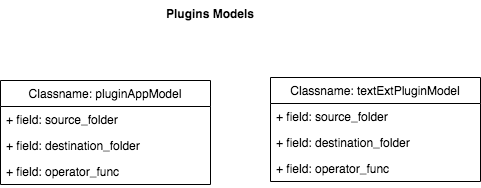
This is docs/images/PluginModels.png from 3060458966/vitaFlow, a draw.io export, as it was before one commit. Source tidied: cells renumbered, new cells last; positions are measured from the earlier drawing's top-left corner, leaving out a move shared by most shapes.
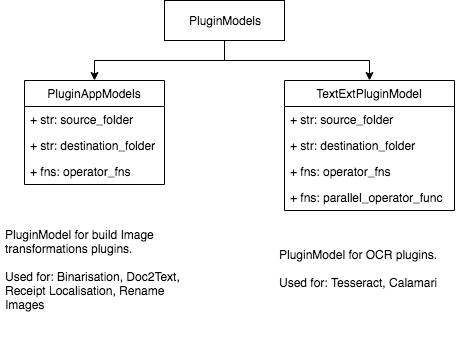
After the commit.

What changed in the source:
```diff
@@ -2,32 +2,47 @@
   <root>
     <mxCell id="0" />
     <mxCell id="1" parent="0" />
-    <mxCell id="2" value="Classname: pluginAppModel" style="swimlane;fontStyle=0;horizontal=1;startSize=26;fillColor=none;" parent="1" vertex="1">
-      <mxGeometry y="80" width="210" height="104" as="geometry" />
-    </mxCell>
-    <mxCell id="3" value="+ field: source_folder" style="text;strokeColor=none;fillColor=none;align=left;verticalAlign=top;spacingLeft=4;spacingRight=4;overflow=hidden;" parent="2" vertex="1">
-      <mxGeometry y="26" width="210" height="26" as="geometry" />
-    </mxCell>
-    <mxCell id="4" value="+ field: destination_folder" style="text;strokeColor=none;fillColor=none;align=left;verticalAlign=top;spacingLeft=4;spacingRight=4;overflow=hidden;" parent="2" vertex="1">
-      <mxGeometry y="52" width="210" height="26" as="geometry" />
-    </mxCell>
-    <mxCell id="5" value="+ field: operator_func" style="text;strokeColor=none;fillColor=none;align=left;verticalAlign=top;spacingLeft=4;spacingRight=4;overflow=hidden;" parent="2" vertex="1">
-      <mxGeometry y="78" width="210" height="26" as="geometry" />
-    </mxCell>
-    <mxCell id="6" value="Classname: textExtPluginModel" style="swimlane;fontStyle=0;horizontal=1;startSize=26;fillColor=none;" parent="1" vertex="1">
-      <mxGeometry x="270" y="77" width="210" height="104" as="geometry" />
-    </mxCell>
-    <mxCell id="7" value="+ field: source_folder" style="text;strokeColor=none;fillColor=none;align=left;verticalAlign=top;spacingLeft=4;spacingRight=4;overflow=hidden;" parent="6" vertex="1">
-      <mxGeometry y="26" width="210" height="26" as="geometry" />
-    </mxCell>
-    <mxCell id="8" value="+ field: destination_folder" style="text;strokeColor=none;fillColor=none;align=left;verticalAlign=top;spacingLeft=4;spacingRight=4;overflow=hidden;" parent="6" vertex="1">
-      <mxGeometry y="52" width="210" height="26" as="geometry" />
-    </mxCell>
-    <mxCell id="9" value="+ field: operator_func" style="text;strokeColor=none;fillColor=none;align=left;verticalAlign=top;spacingLeft=4;spacingRight=4;overflow=hidden;" parent="6" vertex="1">
-      <mxGeometry y="78" width="210" height="26" as="geometry" />
-    </mxCell>
-    <mxCell id="10" value="Plugins Models" style="text;strokeColor=none;fillColor=none;align=left;verticalAlign=top;spacingLeft=4;spacingRight=4;overflow=hidden;fontStyle=1;" parent="1" vertex="1">
-      <mxGeometry x="160" width="100" height="26" as="geometry" />
-    </mxCell>
+    <mxCell id="11" value="PluginAppModels" style="swimlane;fontStyle=0;horizontal=1;startSize=26;fillColor=none;" parent="1" vertex="1">
+      <mxGeometry x="160" y="80" width="140" height="104" as="geometry" />
+    </mxCell>
+    <mxCell id="12" value="+ str: source_folder" style="text;strokeColor=none;fillColor=none;align=left;verticalAlign=top;spacingLeft=4;spacingRight=4;overflow=hidden;" parent="11" vertex="1">
+      <mxGeometry y="26" width="140" height="26" as="geometry" />
+    </mxCell>
+    <mxCell id="13" value="+ str: destination_folder" style="text;strokeColor=none;fillColor=none;align=left;verticalAlign=top;spacingLeft=4;spacingRight=4;overflow=hidden;" parent="11" vertex="1">
+      <mxGeometry y="52" width="140" height="26" as="geometry" />
+    </mxCell>
+    <mxCell id="14" value="+ fns: operator_fns" style="text;strokeColor=none;fillColor=none;align=left;verticalAlign=top;spacingLeft=4;spacingRight=4;overflow=hidden;" parent="11" vertex="1">
+      <mxGeometry y="78" width="140" height="26" as="geometry" />
+    </mxCell>
+    <mxCell id="15" value="TextExtPluginModel" style="swimlane;fontStyle=0;horizontal=1;startSize=26;fillColor=none;" parent="1" vertex="1">
+      <mxGeometry x="420" y="80" width="170" height="130" as="geometry" />
+    </mxCell>
+    <mxCell id="16" value="+ str: source_folder" style="text;strokeColor=none;fillColor=none;align=left;verticalAlign=top;spacingLeft=4;spacingRight=4;overflow=hidden;" parent="15" vertex="1">
+      <mxGeometry y="26" width="170" height="26" as="geometry" />
+    </mxCell>
+    <mxCell id="17" value="+ str: destination_folder" style="text;strokeColor=none;fillColor=none;align=left;verticalAlign=top;spacingLeft=4;spacingRight=4;overflow=hidden;" parent="15" vertex="1">
+      <mxGeometry y="52" width="170" height="26" as="geometry" />
+    </mxCell>
+    <mxCell id="18" value="+ fns: operator_fns" style="text;strokeColor=none;fillColor=none;align=left;verticalAlign=top;spacingLeft=4;spacingRight=4;overflow=hidden;" parent="15" vertex="1">
+      <mxGeometry y="78" width="170" height="26" as="geometry" />
+    </mxCell>
+    <mxCell id="19" value="+ fns: parallel_operator_func" style="text;strokeColor=none;fillColor=none;align=left;verticalAlign=top;spacingLeft=4;spacingRight=4;overflow=hidden;" parent="15" vertex="1">
+      <mxGeometry y="104" width="170" height="26" as="geometry" />
+    </mxCell>
+    <mxCell id="20" style="edgeStyle=orthogonalEdgeStyle;rounded=0;jettySize=auto;html=1;entryX=0.5;entryY=0;entryDx=0;entryDy=0;" parent="1" edge="1" source="22" target="11">
+      <mxGeometry relative="1" as="geometry" />
+    </mxCell>
+    <mxCell id="21" style="edgeStyle=orthogonalEdgeStyle;rounded=0;jettySize=auto;html=1;entryX=0.5;entryY=0;entryDx=0;entryDy=0;" parent="1" edge="1" source="22" target="15">
+      <mxGeometry relative="1" as="geometry" />
+    </mxCell>
+    <mxCell id="22" value="PluginModels" style="text;html=1;strokeColor=#000000;fillColor=none;align=center;verticalAlign=middle;whiteSpace=wrap;rounded=0;" parent="1" vertex="1">
+      <mxGeometry x="300" width="120" height="40" as="geometry" />
+    </mxCell>
+    <mxCell id="23" value="&lt;br&gt;&lt;br&gt;PluginModel for build Image transformations plugins.&lt;br&gt;&lt;br&gt;Used for: &lt;span&gt;Binarisation&lt;/span&gt;, Doc2Text, Receipt Localisation, Rename Images&lt;br&gt;" style="text;html=1;strokeColor=none;fillColor=none;spacing=5;spacingTop=-20;whiteSpace=wrap;overflow=hidden;rounded=0;" parent="1" vertex="1">
+      <mxGeometry x="136" y="210" width="190" height="120" as="geometry" />
+    </mxCell>
+    <mxCell id="24" value="&lt;br&gt;&lt;br&gt;PluginModel for OCR plugins.&lt;br&gt;&lt;br&gt;Used for: Tesseract, Calamari&lt;br&gt;" style="text;html=1;strokeColor=none;fillColor=none;spacing=5;spacingTop=-20;whiteSpace=wrap;overflow=hidden;rounded=0;" parent="1" vertex="1">
+      <mxGeometry x="410" y="230" width="190" height="120" as="geometry" />
+    </mxCell>
   </root>
 </mxGraphModel>
```
